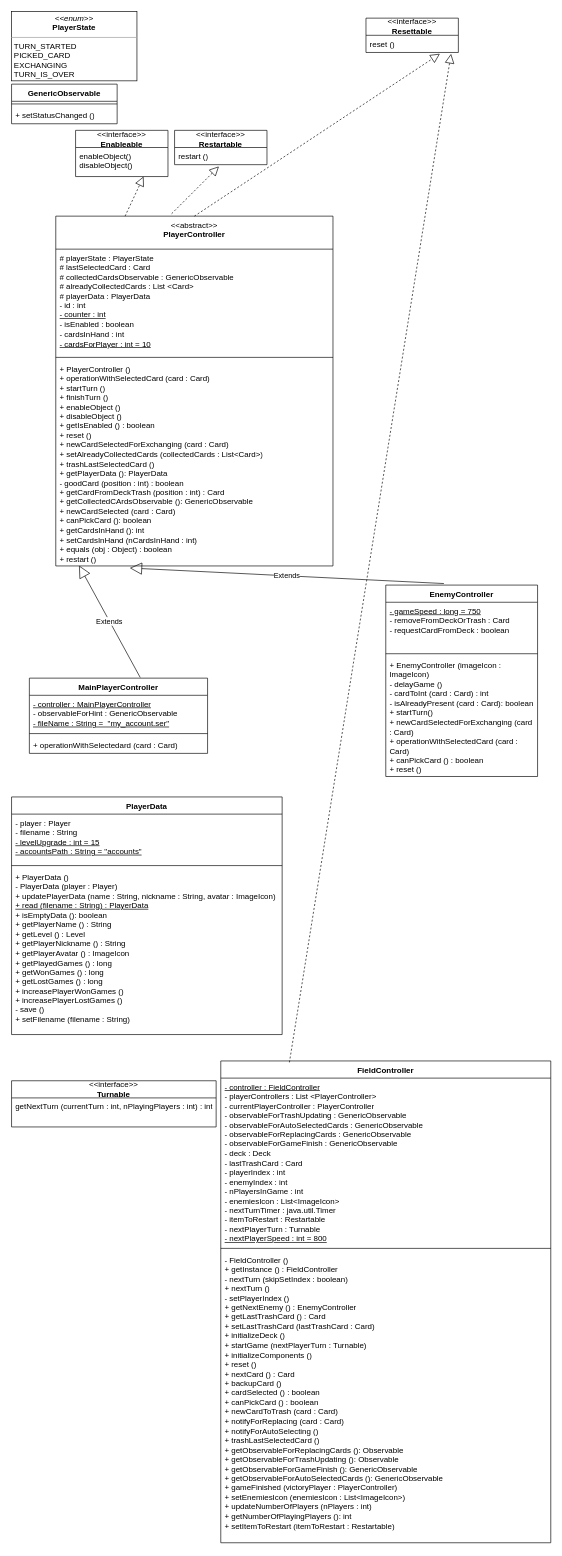
The draw.io diagram page "Controller" (2 of 3) of JTrash.drawio in TommasoBruni/JTrash, before the edit. Source tidied: cells renumbered, new cells numbered last; positions are measured from the earlier drawing's top-left corner, leaving out a move shared by most shapes. Both pictures are drawn from the tidied source at 66%, with x=0, y=0 at pixel (11, 11).
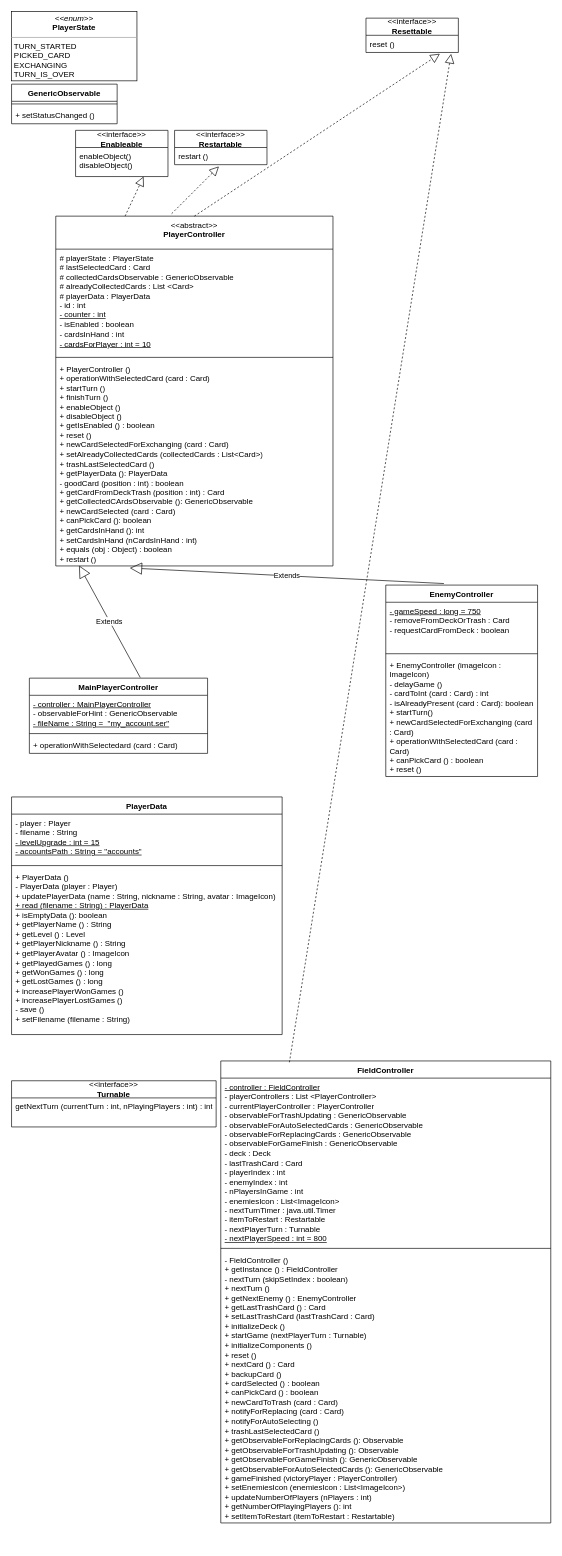
After the change.

Diff of the diagram source:
```diff
@@
     <mxCell id="33" value="FieldController" style="swimlane;fontStyle=1;align=center;verticalAlign=top;horizontal=1;startSize=26;whiteSpace=wrap;html=1;" parent="1" vertex="1">
-      <mxGeometry x="317" y="1590" width="500" height="730" as="geometry" />
+      <mxGeometry x="317" y="1590" width="500" height="700" as="geometry" />
     </mxCell>
@@
-    <mxCell id="36" value="- FieldController ()&lt;br&gt;+ getInstance () : FieldController&lt;br&gt;- nextTurn (skipSetIndex : boolean)&lt;br&gt;+ nextTurn ()&lt;br&gt;- setPlayerIndex ()&lt;br&gt;+ getNextEnemy () : EnemyController&lt;br&gt;+ getLastTrashCard () : Card&lt;br&gt;+ setLastTrashCard (lastTrashCard : Card)&lt;br&gt;+ initializeDeck ()&lt;br&gt;+ startGame (nextPlayerTurn : Turnable)&lt;br&gt;+ initializeComponents ()&lt;br&gt;+ reset ()&lt;br&gt;+ nextCard () : Card&lt;br&gt;+ backupCard ()&lt;br&gt;+ cardSelected () : boolean&lt;br&gt;+ canPickCard () : boolean&lt;br&gt;+ newCardToTrash (card : Card)&lt;br&gt;+ notifyForReplacing (card : Card)&lt;br&gt;+ notifyForAutoSelecting ()&lt;br&gt;+ trashLastSelectedCard ()&lt;br&gt;+ getObservableForReplacingCards (): Observable&lt;br&gt;+ getObservableForTrashUpdating (): Observable&lt;br&gt;+ getObservableForGameFinish (): GenericObservable&lt;br&gt;+ getObservableForAutoSelectedCards (): GenericObservable&lt;br&gt;+ gameFinished (victoryPlayer : PlayerController)&lt;br&gt;+ setEnemiesIcon (enemiesIcon : List&amp;lt;ImageIcon&amp;gt;)&lt;br&gt;+ updateNumberOfPlayers (nPlayers : int)&lt;br&gt;+ getNumberOfPlayingPlayers (): int&lt;br&gt;+ setItemToRestart (itemToRestart : Restartable)" style="text;strokeColor=none;fillColor=none;align=left;verticalAlign=top;spacingLeft=4;spacingRight=4;overflow=hidden;whiteSpace=wrap;html=1;" parent="33" vertex="1">
-      <mxGeometry y="288" width="500" height="442" as="geometry" />
+    <mxCell id="36" value="- FieldController ()&lt;br&gt;+ getInstance () : FieldController&lt;br&gt;- nextTurn (skipSetIndex : boolean)&lt;br&gt;+ nextTurn ()&lt;br&gt;+ getNextEnemy () : EnemyController&lt;br&gt;+ getLastTrashCard () : Card&lt;br&gt;+ setLastTrashCard (lastTrashCard : Card)&lt;br&gt;+ initializeDeck ()&lt;br&gt;+ startGame (nextPlayerTurn : Turnable)&lt;br&gt;+ initializeComponents ()&lt;br&gt;+ reset ()&lt;br&gt;+ nextCard () : Card&lt;br&gt;+ backupCard ()&lt;br&gt;+ cardSelected () : boolean&lt;br&gt;+ canPickCard () : boolean&lt;br&gt;+ newCardToTrash (card : Card)&lt;br&gt;+ notifyForReplacing (card : Card)&lt;br&gt;+ notifyForAutoSelecting ()&lt;br&gt;+ trashLastSelectedCard ()&lt;br&gt;+ getObservableForReplacingCards (): Observable&lt;br&gt;+ getObservableForTrashUpdating (): Observable&lt;br&gt;+ getObservableForGameFinish (): GenericObservable&lt;br&gt;+ getObservableForAutoSelectedCards (): GenericObservable&lt;br&gt;+ gameFinished (victoryPlayer : PlayerController)&lt;br&gt;+ setEnemiesIcon (enemiesIcon : List&amp;lt;ImageIcon&amp;gt;)&lt;br&gt;+ updateNumberOfPlayers (nPlayers : int)&lt;br&gt;+ getNumberOfPlayingPlayers (): int&lt;br&gt;+ setItemToRestart (itemToRestart : Restartable)" style="text;strokeColor=none;fillColor=none;align=left;verticalAlign=top;spacingLeft=4;spacingRight=4;overflow=hidden;whiteSpace=wrap;html=1;" parent="33" vertex="1">
+      <mxGeometry y="288" width="500" height="412" as="geometry" />
     </mxCell>
```
